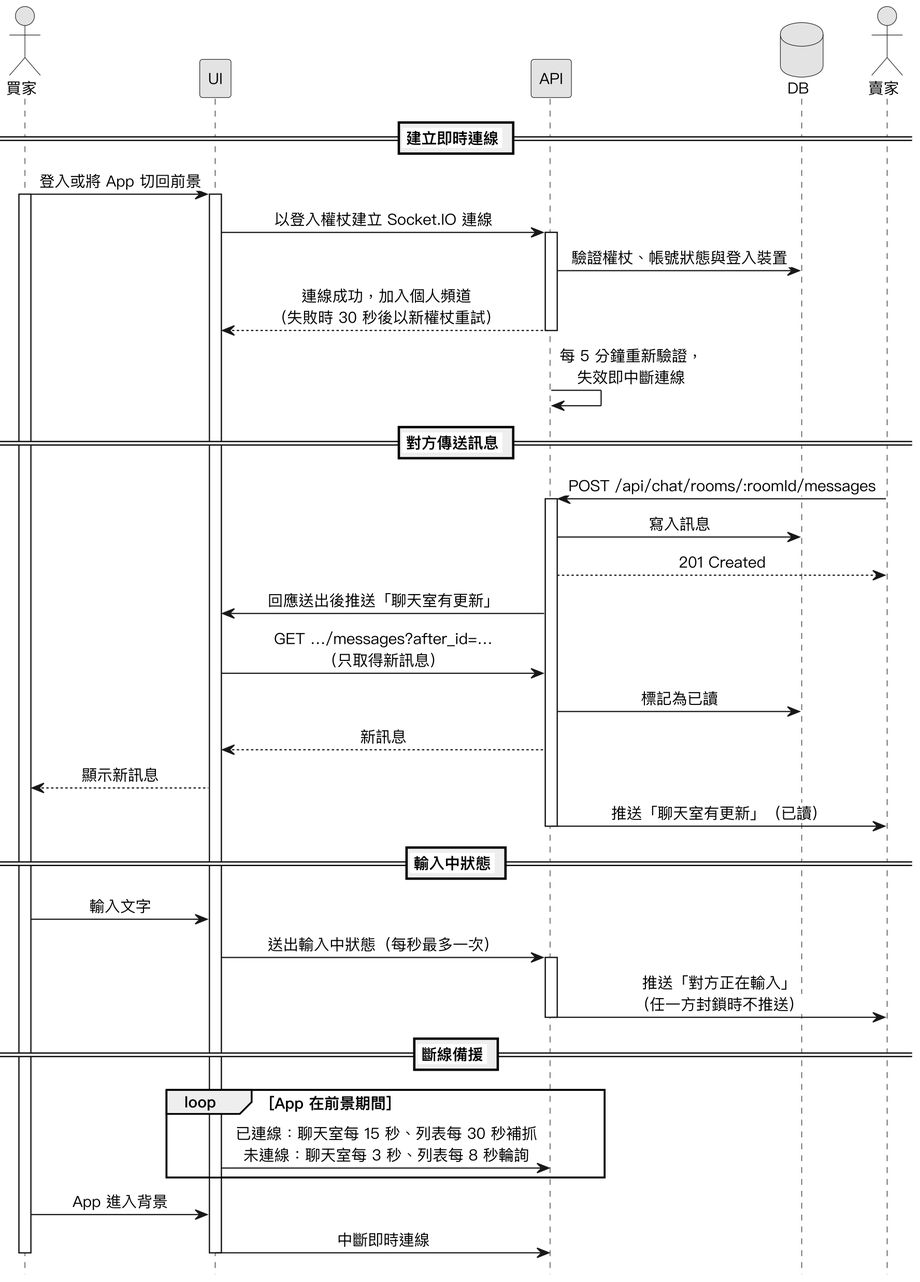
This is Diagrams/Sequence Diagrams/v3/seq_realtime.png from SaveMyBook/SaveMyBook, a PlantUML export, as it was before one commit.
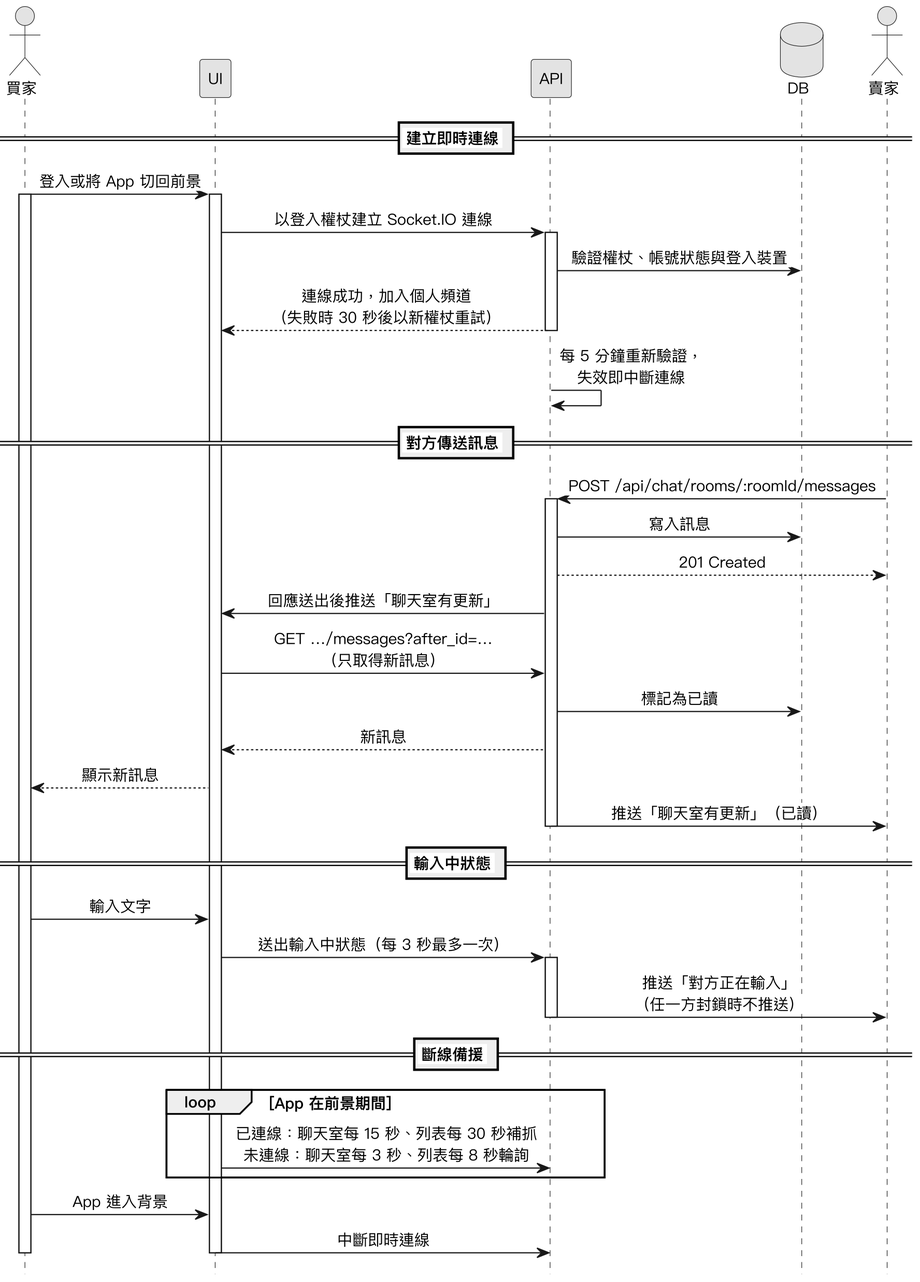
The same diagram one commit later.

The edit, as a diff of the source:
```diff
@@ -40,7 +40,7 @@
 
 == 輸入中狀態 ==
 買家 -> UI : 輸入文字
-UI -> API : 送出輸入中狀態（每秒最多一次）
+UI -> API : 送出輸入中狀態（每 3 秒最多一次）
 activate API
 API -> 賣家 : 推送「對方正在輸入」\n（任一方封鎖時不推送）
 deactivate API
```
